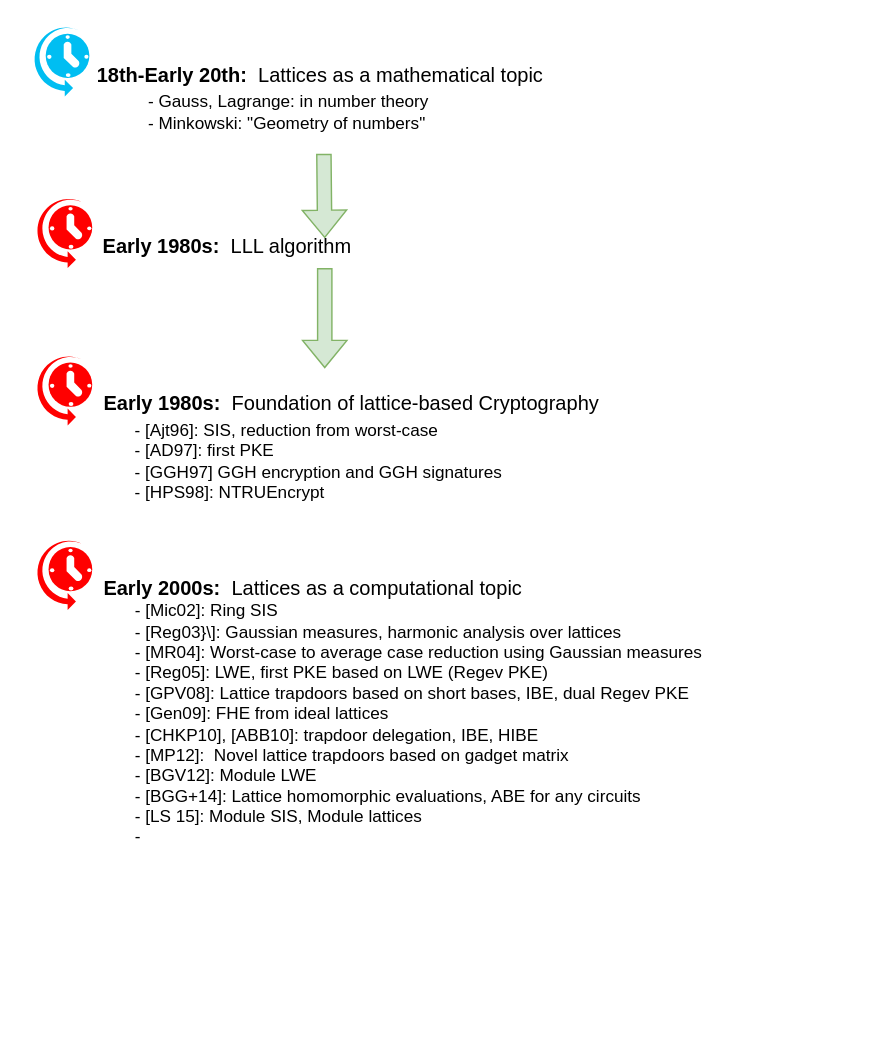
Before: History-of-lattice.drawio in huyle84/diagrams, a draw.io diagram. Source tidied: cells renumbered, new cells numbered last; positions are measured from the earlier drawing's top-left corner, leaving out a move shared by most shapes. Both pictures are drawn from the tidied source at 143%, with x=0, y=0 at pixel (31, 24).
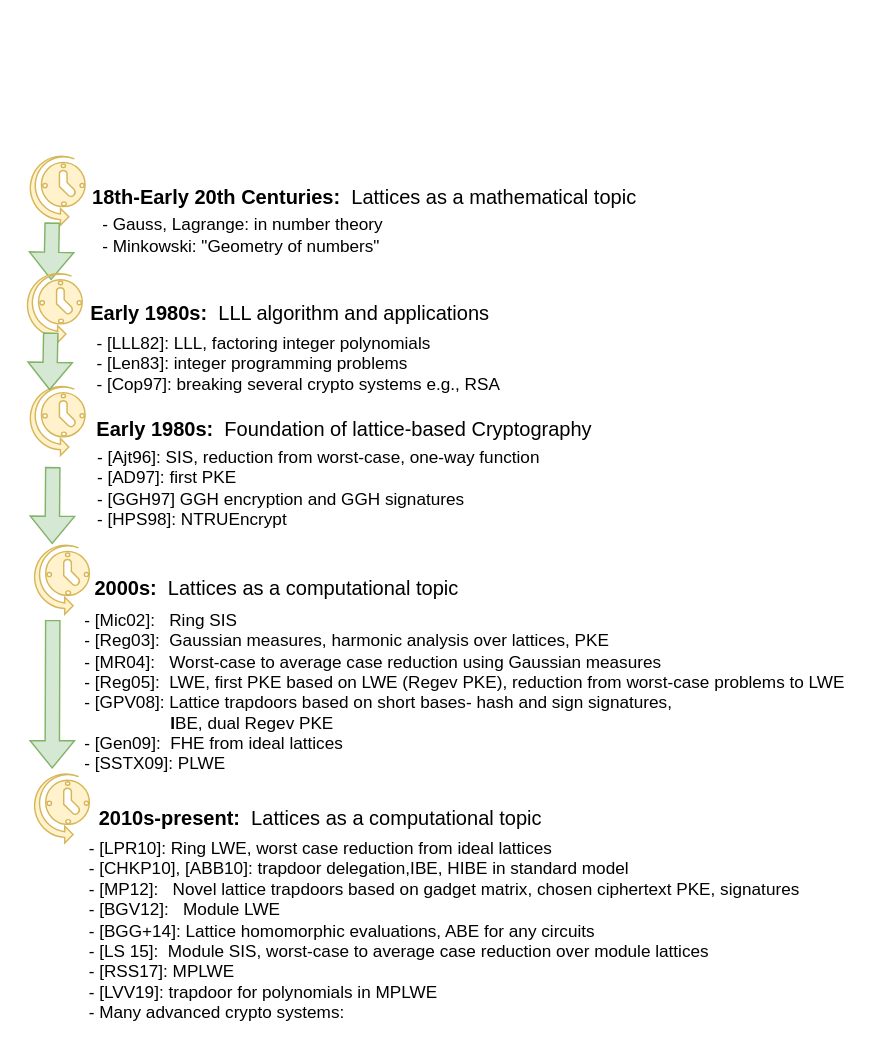
The same diagram, later.

What changed in the source:
```diff
@@
-    <mxCell id="2" style="verticalLabelPosition=bottom;html=1;verticalAlign=top;align=center;strokeColor=none;fillColor=#00BEF2;shape=mxgraph.azure.scheduler;" parent="1" vertex="1">
-      <mxGeometry width="40" height="50" as="geometry" />
+    <mxCell id="2" style="verticalLabelPosition=bottom;html=1;verticalAlign=top;align=center;strokeColor=#d6b656;fillColor=#fff2cc;shape=mxgraph.azure.scheduler;" parent="1" vertex="1">
+      <mxGeometry x="-3" y="90" width="40" height="50" as="geometry" />
     </mxCell>
-    <mxCell id="3" value="&lt;font style=&quot;font-size: 14px&quot;&gt;&lt;b&gt;18th-Early 20th:&lt;/b&gt; &amp;nbsp;Lattices as a mathematical topic &amp;nbsp;&lt;/font&gt;" style="text;html=1;align=center;verticalAlign=middle;strokeColor=none;fillColor=none;" parent="1" vertex="1">
-      <mxGeometry x="35" y="25" width="340" height="20" as="geometry" />
+    <mxCell id="3" value="&lt;font style=&quot;font-size: 14px&quot;&gt;&lt;b&gt;18th-Early 20th Centuries:&lt;/b&gt; &amp;nbsp;Lattices as a mathematical topic &amp;nbsp;&lt;/font&gt;" style="text;html=1;align=center;verticalAlign=middle;strokeColor=none;fillColor=none;" parent="1" vertex="1">
+      <mxGeometry x="36" y="111" width="400" height="20" as="geometry" />
     </mxCell>
-    <mxCell id="4" style="shape=flexArrow;endArrow=classic;html=1;rounded=0;fontSize=14;fillColor=#d5e8d4;strokeColor=#82b366;" parent="1" edge="1">
+    <mxCell id="4" style="shape=flexArrow;endArrow=classic;html=1;rounded=0;fontSize=14;fillColor=#d5e8d4;strokeColor=#82b366;entryX=0.429;entryY=0.127;entryDx=0;entryDy=0;entryPerimeter=0;" parent="1" edge="1">
       <mxGeometry relative="1" as="geometry">
-        <mxPoint x="204" y="90" as="sourcePoint" />
-        <mxPoint x="204.6" y="149" as="targetPoint" />
+        <mxPoint x="14" y="138" as="sourcePoint" />
+        <mxPoint x="13.2" y="178.4" as="targetPoint" />
       </mxGeometry>
     </mxCell>
-    <mxCell id="5" style="verticalLabelPosition=bottom;html=1;verticalAlign=top;align=center;strokeColor=none;fillColor=#FF0000;shape=mxgraph.azure.scheduler;" parent="1" vertex="1">
-      <mxGeometry x="2" y="120" width="40" height="50" as="geometry" />
+    <mxCell id="5" style="verticalLabelPosition=bottom;html=1;verticalAlign=top;align=center;strokeColor=#d6b656;fillColor=#fff2cc;shape=mxgraph.azure.scheduler;" parent="1" vertex="1">
+      <mxGeometry x="-5" y="172" width="40" height="50" as="geometry" />
     </mxCell>
-    <mxCell id="6" value="&lt;font style=&quot;font-size: 14px&quot;&gt;&lt;b&gt;Early 1980s:&lt;/b&gt; &amp;nbsp;LLL algorithm &amp;nbsp;&lt;/font&gt;" style="text;html=1;align=center;verticalAlign=middle;strokeColor=none;fillColor=none;" parent="1" vertex="1">
-      <mxGeometry x="40" y="145" width="200" height="20" as="geometry" />
+    <mxCell id="6" value="&lt;font style=&quot;font-size: 14px&quot;&gt;&lt;b&gt;Early 1980s:&lt;/b&gt; &amp;nbsp;LLL algorithm and applications&amp;nbsp;&lt;/font&gt;" style="text;html=1;align=center;verticalAlign=middle;strokeColor=none;fillColor=none;" parent="1" vertex="1">
+      <mxGeometry x="32" y="192" width="300" height="20" as="geometry" />
     </mxCell>
     <mxCell id="7" style="shape=flexArrow;endArrow=classic;html=1;rounded=0;fontSize=14;fillColor=#d5e8d4;strokeColor=#82b366;" parent="1" edge="1">
       <mxGeometry relative="1" as="geometry">
-        <mxPoint x="204.6" y="170" as="sourcePoint" />
-        <mxPoint x="204.6" y="240" as="targetPoint" />
+        <mxPoint x="14.4" y="309" as="sourcePoint" />
+        <mxPoint x="14" y="363" as="targetPoint" />
       </mxGeometry>
     </mxCell>
-    <mxCell id="8" style="verticalLabelPosition=bottom;html=1;verticalAlign=top;align=center;strokeColor=none;fillColor=#FF0000;shape=mxgraph.azure.scheduler;" parent="1" vertex="1">
-      <mxGeometry x="2" y="230" width="40" height="50" as="geometry" />
+    <mxCell id="8" style="verticalLabelPosition=bottom;html=1;verticalAlign=top;align=center;strokeColor=#d6b656;fillColor=#fff2cc;shape=mxgraph.azure.scheduler;" parent="1" vertex="1">
+      <mxGeometry x="-3" y="251" width="40" height="50" as="geometry" />
     </mxCell>
     <mxCell id="9" value="&lt;font style=&quot;font-size: 14px&quot;&gt;&lt;b&gt;Early 1980s:&lt;/b&gt; &amp;nbsp;Foundation of lattice-based Cryptography&amp;nbsp;&lt;/font&gt;" style="text;html=1;align=center;verticalAlign=middle;strokeColor=none;fillColor=none;" parent="1" vertex="1">
-      <mxGeometry x="40" y="255" width="370" height="20" as="geometry" />
+      <mxGeometry x="35" y="273" width="370" height="20" as="geometry" />
     </mxCell>
     <mxCell id="10" value="&lt;font style=&quot;font-size: 12px&quot;&gt;- Gauss, Lagrange: in number theory&lt;br&gt;&lt;div style=&quot;text-align: left&quot;&gt;- Minkowski: &quot;Geometry of numbers&quot;&lt;/div&gt;&lt;/font&gt;" style="text;html=1;align=center;verticalAlign=middle;strokeColor=none;fillColor=none;fontSize=14;" parent="1" vertex="1">
-      <mxGeometry x="74" y="40" width="210" height="40" as="geometry" />
+      <mxGeometry x="42" y="126" width="210" height="40" as="geometry" />
     </mxCell>
-    <mxCell id="11" value="&lt;div style=&quot;text-align: left&quot;&gt;- [Ajt96]: SIS, reduction from worst-case&lt;/div&gt;&lt;div style=&quot;text-align: left&quot;&gt;- [AD97]: first PKE&lt;/div&gt;&lt;div style=&quot;text-align: left&quot;&gt;- [GGH97] GGH encryption and GGH signatures&lt;/div&gt;&lt;div style=&quot;text-align: left&quot;&gt;- [HPS98]: NTRUEncrypt&lt;/div&gt;" style="text;html=1;align=center;verticalAlign=middle;strokeColor=none;fillColor=none;fontSize=12;" parent="1" vertex="1">
-      <mxGeometry x="65" y="275" width="270" height="60" as="geometry" />
+    <mxCell id="11" value="&lt;div style=&quot;text-align: left&quot;&gt;- [Ajt96]: SIS, reduction from worst-case, one-way function&lt;/div&gt;&lt;div style=&quot;text-align: left&quot;&gt;- [AD97]: first PKE&lt;/div&gt;&lt;div style=&quot;text-align: left&quot;&gt;- [GGH97] GGH encryption and GGH signatures&lt;/div&gt;&lt;div style=&quot;text-align: left&quot;&gt;- [HPS98]: NTRUEncrypt&lt;/div&gt;" style="text;html=1;align=center;verticalAlign=middle;strokeColor=none;fillColor=none;fontSize=12;" parent="1" vertex="1">
+      <mxGeometry x="40" y="294" width="320" height="60" as="geometry" />
     </mxCell>
-    <mxCell id="12" style="verticalLabelPosition=bottom;html=1;verticalAlign=top;align=center;strokeColor=none;fillColor=#FF0000;shape=mxgraph.azure.scheduler;" parent="1" vertex="1">
-      <mxGeometry x="2" y="359" width="40" height="50" as="geometry" />
+    <mxCell id="12" style="verticalLabelPosition=bottom;html=1;verticalAlign=top;align=center;strokeColor=#d6b656;fillColor=#fff2cc;shape=mxgraph.azure.scheduler;" parent="1" vertex="1">
+      <mxGeometry y="362" width="40" height="50" as="geometry" />
     </mxCell>
-    <mxCell id="13" value="&lt;font style=&quot;font-size: 14px&quot;&gt;&lt;b&gt;Early 2000s:&lt;/b&gt; &amp;nbsp;Lattices as a computational topic &amp;nbsp;&lt;/font&gt;" style="text;html=1;align=center;verticalAlign=middle;strokeColor=none;fillColor=none;" parent="1" vertex="1">
-      <mxGeometry x="40" y="384" width="320" height="20" as="geometry" />
+    <mxCell id="13" value="&lt;font style=&quot;font-size: 14px&quot;&gt;&lt;b&gt;2000s:&lt;/b&gt; &amp;nbsp;Lattices as a computational topic &amp;nbsp;&lt;/font&gt;" style="text;html=1;align=left;verticalAlign=middle;strokeColor=none;fillColor=none;" parent="1" vertex="1">
+      <mxGeometry x="42" y="384" width="280" height="20" as="geometry" />
     </mxCell>
-    <mxCell id="14" value="&lt;div style=&quot;text-align: left&quot;&gt;- [Mic02]: Ring SIS&lt;/div&gt;&lt;div style=&quot;text-align: left&quot;&gt;- [Reg03}\]: Gaussian measures, harmonic analysis over lattices&lt;/div&gt;&lt;div style=&quot;text-align: left&quot;&gt;- [MR04]: Worst-case to average case reduction using Gaussian measures&lt;/div&gt;&lt;div style=&quot;text-align: left&quot;&gt;- [Reg05]: LWE, first PKE based on LWE (Regev PKE)&lt;/div&gt;&lt;div style=&quot;text-align: left&quot;&gt;- [GPV08]: Lattice trapdoors based on short bases, IBE, dual Regev PKE&lt;/div&gt;&lt;div style=&quot;text-align: left&quot;&gt;- [Gen09]: FHE from ideal lattices&lt;/div&gt;&lt;div style=&quot;text-align: left&quot;&gt;- [CHKP10], [ABB10]: trapdoor delegation, IBE, HIBE&lt;/div&gt;&lt;div style=&quot;text-align: left&quot;&gt;- [MP12]: &amp;nbsp;Novel lattice trapdoors based on gadget matrix&lt;/div&gt;&lt;div style=&quot;text-align: left&quot;&gt;- [BGV12]: Module LWE&lt;/div&gt;&lt;div style=&quot;text-align: left&quot;&gt;- [BGG+14]: Lattice homomorphic evaluations, ABE for any circuits&amp;nbsp;&lt;/div&gt;&lt;div style=&quot;text-align: left&quot;&gt;- [LS 15]: Module SIS, Module lattices&lt;/div&gt;&lt;div style=&quot;text-align: left&quot;&gt;-&lt;/div&gt;" style="text;html=1;align=center;verticalAlign=middle;strokeColor=none;fillColor=none;fontSize=12;" parent="1" vertex="1">
-      <mxGeometry x="65" y="404" width="410" height="170" as="geometry" />
+    <mxCell id="14" value="&lt;div&gt;- [Mic02]: &amp;nbsp; Ring SIS&lt;/div&gt;&lt;div&gt;- [Reg03]: &amp;nbsp;Gaussian measures, harmonic analysis over lattices, PKE&lt;/div&gt;&lt;div&gt;- [MR04]: &amp;nbsp; Worst-case to average case reduction using Gaussian measures&lt;/div&gt;&lt;div&gt;- [Reg05]: &amp;nbsp;LWE, first PKE&lt;b&gt; &lt;/b&gt;based on LWE (Regev PKE), reduction from worst-case problems to LWE&lt;/div&gt;&lt;div&gt;- [GPV08]: Lattice trapdoors based on short bases- hash and sign signatures,&lt;/div&gt;&lt;div&gt;&lt;b&gt;&amp;nbsp; &amp;nbsp; &amp;nbsp; &amp;nbsp; &amp;nbsp; &amp;nbsp; &amp;nbsp; &amp;nbsp; &amp;nbsp; I&lt;/b&gt;BE, dual Regev PKE&lt;/div&gt;&lt;div&gt;- [Gen09]: &amp;nbsp;FHE from ideal lattices&lt;/div&gt;&lt;div&gt;- [SSTX09]: PLWE&lt;/div&gt;&lt;div&gt;&lt;br&gt;&lt;/div&gt;" style="text;html=1;align=left;verticalAlign=middle;strokeColor=none;fillColor=none;fontSize=12;" parent="1" vertex="1">
+      <mxGeometry x="35" y="409" width="550" height="130" as="geometry" />
     </mxCell>
+    <mxCell id="15" style="verticalLabelPosition=bottom;html=1;verticalAlign=top;align=center;strokeColor=#d6b656;fillColor=#fff2cc;shape=mxgraph.azure.scheduler;" parent="1" vertex="1">
+      <mxGeometry y="522" width="40" height="50" as="geometry" />
+    </mxCell>
+    <mxCell id="16" value="&lt;font style=&quot;font-size: 14px&quot;&gt;&lt;b&gt;2010s-present:&lt;/b&gt; &amp;nbsp;Lattices as a computational topic &amp;nbsp;&lt;/font&gt;" style="text;html=1;align=left;verticalAlign=middle;strokeColor=none;fillColor=none;" parent="1" vertex="1">
+      <mxGeometry x="45" y="545" width="330" height="20" as="geometry" />
+    </mxCell>
+    <mxCell id="17" value="&lt;div style=&quot;color: rgb(0 , 0 , 0) ; font-family: &amp;#34;helvetica&amp;#34; ; font-size: 12px ; font-style: normal ; font-weight: normal ; letter-spacing: normal ; text-align: left ; text-indent: 0px ; text-transform: none ; word-spacing: 0px ; text-decoration: none&quot;&gt;&lt;span class=&quot;Apple-converted-space&quot;&gt;-&amp;nbsp;&lt;/span&gt;[LPR10]: Ring LWE, worst case reduction from ideal lattices&lt;br&gt;&lt;/div&gt;&lt;div style=&quot;color: rgb(0 , 0 , 0) ; font-family: &amp;#34;helvetica&amp;#34; ; font-size: 12px ; font-style: normal ; font-weight: normal ; letter-spacing: normal ; text-align: left ; text-indent: 0px ; text-transform: none ; word-spacing: 0px ; text-decoration: none&quot;&gt;- [CHKP10], [ABB10]: trapdoor delegation,IBE, HIBE in standard model&amp;nbsp;&lt;/div&gt;&lt;div style=&quot;color: rgb(0 , 0 , 0) ; font-family: &amp;#34;helvetica&amp;#34; ; font-size: 12px ; font-style: normal ; letter-spacing: normal ; text-align: left ; text-indent: 0px ; text-transform: none ; word-spacing: 0px ; text-decoration: none&quot;&gt;- [MP12]: &amp;nbsp; Novel lattice trapdoors based on gadget matrix, chosen ciphertext&amp;nbsp;PKE, signatures&lt;/div&gt;&lt;div style=&quot;color: rgb(0 , 0 , 0) ; font-family: &amp;#34;helvetica&amp;#34; ; font-size: 12px ; font-style: normal ; font-weight: normal ; letter-spacing: normal ; text-align: left ; text-indent: 0px ; text-transform: none ; word-spacing: 0px ; text-decoration: none&quot;&gt;- [BGV12]: &amp;nbsp; Module LWE&lt;/div&gt;&lt;div style=&quot;color: rgb(0 , 0 , 0) ; font-family: &amp;#34;helvetica&amp;#34; ; font-size: 12px ; font-style: normal ; font-weight: normal ; letter-spacing: normal ; text-align: left ; text-indent: 0px ; text-transform: none ; word-spacing: 0px ; text-decoration: none&quot;&gt;- [BGG+14]: Lattice homomorphic evaluations, ABE for any circuits&amp;nbsp;&lt;/div&gt;&lt;div style=&quot;color: rgb(0 , 0 , 0) ; font-family: &amp;#34;helvetica&amp;#34; ; font-size: 12px ; font-style: normal ; font-weight: normal ; letter-spacing: normal ; text-align: left ; text-indent: 0px ; text-transform: none ; word-spacing: 0px ; text-decoration: none&quot;&gt;- [LS 15]: &amp;nbsp;Module SIS, worst-case to average case reduction over module lattices&lt;/div&gt;&lt;div style=&quot;color: rgb(0 , 0 , 0) ; font-family: &amp;#34;helvetica&amp;#34; ; font-size: 12px ; font-style: normal ; font-weight: normal ; letter-spacing: normal ; text-align: left ; text-indent: 0px ; text-transform: none ; word-spacing: 0px ; text-decoration: none&quot;&gt;- [RSS17]: MPLWE&lt;/div&gt;&lt;div style=&quot;color: rgb(0 , 0 , 0) ; font-family: &amp;#34;helvetica&amp;#34; ; font-size: 12px ; font-style: normal ; font-weight: normal ; letter-spacing: normal ; text-align: left ; text-indent: 0px ; text-transform: none ; word-spacing: 0px ; text-decoration: none&quot;&gt;- [LVV19]: trapdoor for polynomials in MPLWE&lt;/div&gt;&lt;div style=&quot;color: rgb(0 , 0 , 0) ; font-family: &amp;#34;helvetica&amp;#34; ; font-size: 12px ; font-style: normal ; font-weight: normal ; letter-spacing: normal ; text-align: left ; text-indent: 0px ; text-transform: none ; word-spacing: 0px ; text-decoration: none&quot;&gt;- Many advanced crypto systems:&amp;nbsp;&lt;/div&gt;" style="text;whiteSpace=wrap;html=1;fontSize=12;" parent="1" vertex="1">
+      <mxGeometry x="38" y="562" width="520" height="138" as="geometry" />
+    </mxCell>
+    <mxCell id="18" value="&lt;div style=&quot;text-align: left&quot;&gt;- [LLL82]: LLL, factoring integer polynomials&lt;/div&gt;&lt;div style=&quot;text-align: left&quot;&gt;- [Len83]: integer programming problems&lt;/div&gt;&lt;div style=&quot;text-align: left&quot;&gt;- [Cop97]: breaking several crypto systems e.g., RSA&lt;/div&gt;" style="text;html=1;align=center;verticalAlign=middle;strokeColor=none;fillColor=none;fontSize=12;" parent="1" vertex="1">
+      <mxGeometry x="36" y="212" width="300" height="50" as="geometry" />
+    </mxCell>
+    <mxCell id="19" style="shape=flexArrow;endArrow=classic;html=1;rounded=0;fontSize=14;fillColor=#d5e8d4;strokeColor=#82b366;entryX=0.429;entryY=0.127;entryDx=0;entryDy=0;entryPerimeter=0;" parent="1" edge="1">
+      <mxGeometry relative="1" as="geometry">
+        <mxPoint x="13" y="215" as="sourcePoint" />
+        <mxPoint x="12.2" y="255.4" as="targetPoint" />
+      </mxGeometry>
+    </mxCell>
+    <mxCell id="20" style="shape=flexArrow;endArrow=classic;html=1;rounded=0;fontSize=14;fillColor=#d5e8d4;strokeColor=#82b366;" parent="1" edge="1">
+      <mxGeometry relative="1" as="geometry">
+        <mxPoint x="14.4" y="416" as="sourcePoint" />
+        <mxPoint x="14" y="520" as="targetPoint" />
+      </mxGeometry>
+    </mxCell>
```
